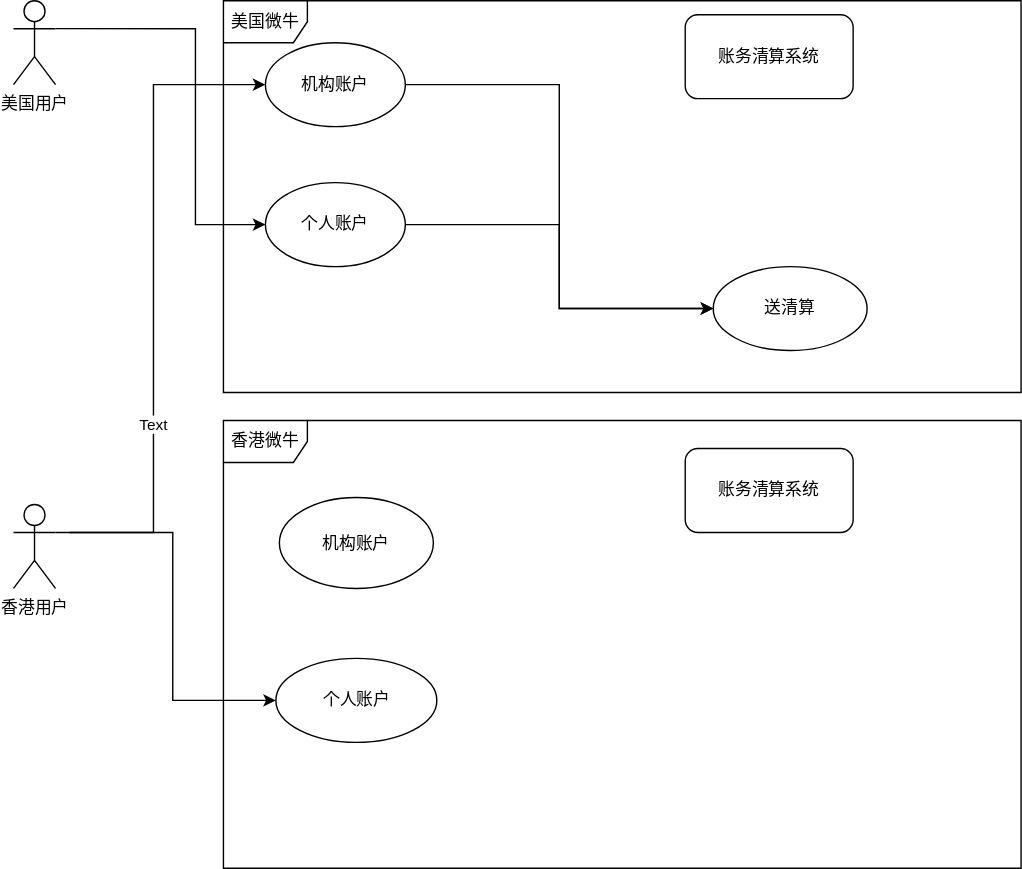
Earlier version of the draw.io export 未命名绘图.svg (dengying/MyLCT). Source tidied: cells renumbered, new cells last; positions are measured from the earlier drawing's top-left corner, leaving out a move shared by most shapes. The source it was exported from:
```xml
<mxGraphModel>
  <root>
    <mxCell id="0" />
    <mxCell id="1" parent="0" />
    <mxCell id="2" value="香港微牛" style="shape=umlFrame;whiteSpace=wrap;html=1;" parent="1" vertex="1">
      <mxGeometry x="150" y="300" width="570" height="320" as="geometry" />
    </mxCell>
    <mxCell id="3" value="美国微牛" style="shape=umlFrame;whiteSpace=wrap;html=1;" parent="1" vertex="1">
      <mxGeometry x="150" width="570" height="280" as="geometry" />
    </mxCell>
    <mxCell id="4" style="edgeStyle=orthogonalEdgeStyle;rounded=0;jettySize=auto;html=1;entryX=0;entryY=0.5;entryDx=0;entryDy=0;exitX=1;exitY=0.333;exitDx=0;exitDy=0;exitPerimeter=0;" parent="1" edge="1" source="5" target="9">
      <mxGeometry relative="1" as="geometry">
        <Array as="points">
          <mxPoint x="130" y="20" />
          <mxPoint x="130" y="160" />
        </Array>
      </mxGeometry>
    </mxCell>
    <mxCell id="5" value="美国用户" style="shape=umlActor;verticalLabelPosition=bottom;verticalAlign=top;html=1;" parent="1" vertex="1">
      <mxGeometry width="30" height="60" as="geometry" />
    </mxCell>
    <mxCell id="6" style="edgeStyle=orthogonalEdgeStyle;rounded=0;jettySize=auto;html=1;entryX=0;entryY=0.5;entryDx=0;entryDy=0;" parent="1" edge="1" source="7" target="18">
      <mxGeometry relative="1" as="geometry" />
    </mxCell>
    <mxCell id="7" value="机构账户" style="ellipse;whiteSpace=wrap;html=1;" parent="1" vertex="1">
      <mxGeometry x="180" y="30" width="100" height="60" as="geometry" />
    </mxCell>
    <mxCell id="8" style="edgeStyle=orthogonalEdgeStyle;rounded=0;jettySize=auto;html=1;entryX=0;entryY=0.5;entryDx=0;entryDy=0;" parent="1" edge="1" source="9" target="18">
      <mxGeometry relative="1" as="geometry" />
    </mxCell>
    <mxCell id="9" value="个人账户" style="ellipse;whiteSpace=wrap;html=1;" parent="1" vertex="1">
      <mxGeometry x="180" y="130" width="100" height="60" as="geometry" />
    </mxCell>
    <mxCell id="10" value="账务清算系统" style="rounded=1;whiteSpace=wrap;html=1;" parent="1" vertex="1">
      <mxGeometry x="480" y="10" width="120" height="60" as="geometry" />
    </mxCell>
    <mxCell id="11" value="账务清算系统" style="rounded=1;whiteSpace=wrap;html=1;" parent="1" vertex="1">
      <mxGeometry x="480" y="320" width="120" height="60" as="geometry" />
    </mxCell>
    <mxCell id="12" value="机构账户" style="ellipse;whiteSpace=wrap;html=1;" parent="1" vertex="1">
      <mxGeometry x="190" y="355" width="110" height="65" as="geometry" />
    </mxCell>
    <mxCell id="13" value="个人账户" style="ellipse;whiteSpace=wrap;html=1;" parent="1" vertex="1">
      <mxGeometry x="187.5" y="470" width="115" height="60" as="geometry" />
    </mxCell>
    <mxCell id="14" style="edgeStyle=orthogonalEdgeStyle;rounded=0;jettySize=auto;html=1;entryX=0;entryY=0.5;entryDx=0;entryDy=0;" parent="1" edge="1" target="13">
      <mxGeometry relative="1" as="geometry">
        <mxPoint x="40" y="380" as="sourcePoint" />
      </mxGeometry>
    </mxCell>
    <mxCell id="15" style="edgeStyle=orthogonalEdgeStyle;rounded=0;jettySize=auto;html=1;exitX=1;exitY=0.3333333333333333;exitDx=0;exitDy=0;exitPerimeter=0;entryX=0;entryY=0.5;entryDx=0;entryDy=0;" parent="1" edge="1" source="17" target="7">
      <mxGeometry relative="1" as="geometry">
        <Array as="points">
          <mxPoint x="100" y="380" />
          <mxPoint x="100" y="60" />
        </Array>
      </mxGeometry>
    </mxCell>
    <mxCell id="16" value="Text" style="edgeLabel;html=1;align=center;verticalAlign=middle;" parent="15" vertex="1">
      <mxGeometry x="-0.37" y="1" relative="1" as="geometry" />
    </mxCell>
    <mxCell id="17" value="香港用户" style="shape=umlActor;verticalLabelPosition=bottom;verticalAlign=top;html=1;" parent="1" vertex="1">
      <mxGeometry y="360" width="30" height="60" as="geometry" />
    </mxCell>
    <mxCell id="18" value="送清算" style="ellipse;whiteSpace=wrap;html=1;" parent="1" vertex="1">
      <mxGeometry x="500" y="190" width="110" height="60" as="geometry" />
    </mxCell>
  </root>
</mxGraphModel>
```
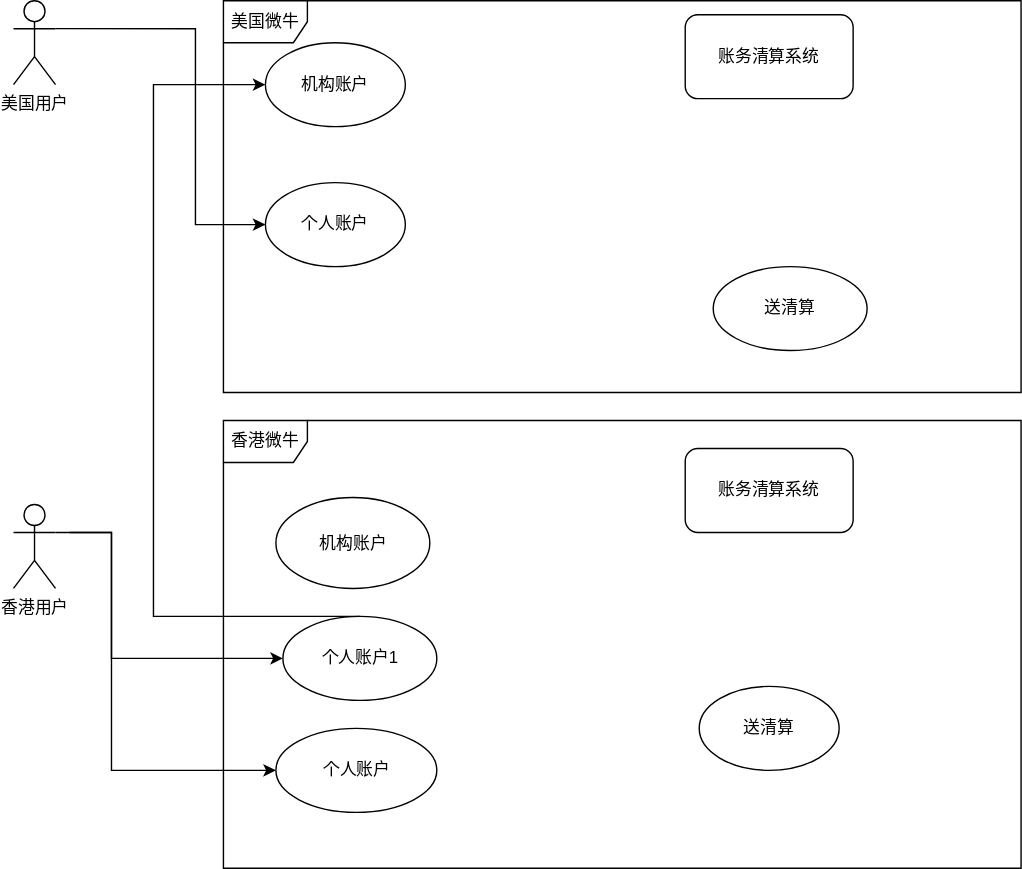
Later version of the same file.

Commit message:
更新未命名绘图.svg

Diff of the diagram source:
```diff
@@ -19,15 +19,9 @@
     <mxCell id="5" value="美国用户" style="shape=umlActor;verticalLabelPosition=bottom;verticalAlign=top;html=1;" parent="1" vertex="1">
       <mxGeometry width="30" height="60" as="geometry" />
     </mxCell>
-    <mxCell id="6" style="edgeStyle=orthogonalEdgeStyle;rounded=0;jettySize=auto;html=1;entryX=0;entryY=0.5;entryDx=0;entryDy=0;" parent="1" edge="1" source="7" target="18">
-      <mxGeometry relative="1" as="geometry" />
-    </mxCell>
     <mxCell id="7" value="机构账户" style="ellipse;whiteSpace=wrap;html=1;" parent="1" vertex="1">
       <mxGeometry x="180" y="30" width="100" height="60" as="geometry" />
     </mxCell>
-    <mxCell id="8" style="edgeStyle=orthogonalEdgeStyle;rounded=0;jettySize=auto;html=1;entryX=0;entryY=0.5;entryDx=0;entryDy=0;" parent="1" edge="1" source="9" target="18">
-      <mxGeometry relative="1" as="geometry" />
-    </mxCell>
     <mxCell id="9" value="个人账户" style="ellipse;whiteSpace=wrap;html=1;" parent="1" vertex="1">
       <mxGeometry x="180" y="130" width="100" height="60" as="geometry" />
     </mxCell>
@@ -38,32 +32,47 @@
       <mxGeometry x="480" y="320" width="120" height="60" as="geometry" />
     </mxCell>
     <mxCell id="12" value="机构账户" style="ellipse;whiteSpace=wrap;html=1;" parent="1" vertex="1">
-      <mxGeometry x="190" y="355" width="110" height="65" as="geometry" />
+      <mxGeometry x="187.5" y="355" width="110" height="65" as="geometry" />
     </mxCell>
     <mxCell id="13" value="个人账户" style="ellipse;whiteSpace=wrap;html=1;" parent="1" vertex="1">
-      <mxGeometry x="187.5" y="470" width="115" height="60" as="geometry" />
+      <mxGeometry x="187.5" y="520" width="115" height="60" as="geometry" />
     </mxCell>
     <mxCell id="14" style="edgeStyle=orthogonalEdgeStyle;rounded=0;jettySize=auto;html=1;entryX=0;entryY=0.5;entryDx=0;entryDy=0;" parent="1" edge="1" target="13">
       <mxGeometry relative="1" as="geometry">
         <mxPoint x="40" y="380" as="sourcePoint" />
+        <Array as="points">
+          <mxPoint x="70" y="380" />
+          <mxPoint x="70" y="550" />
+        </Array>
       </mxGeometry>
     </mxCell>
-    <mxCell id="15" style="edgeStyle=orthogonalEdgeStyle;rounded=0;jettySize=auto;html=1;exitX=1;exitY=0.3333333333333333;exitDx=0;exitDy=0;exitPerimeter=0;entryX=0;entryY=0.5;entryDx=0;entryDy=0;" parent="1" edge="1" source="17" target="7">
-      <mxGeometry relative="1" as="geometry">
-        <Array as="points">
-          <mxPoint x="100" y="380" />
-          <mxPoint x="100" y="60" />
-        </Array>
-      </mxGeometry>
-    </mxCell>
-    <mxCell id="16" value="Text" style="edgeLabel;html=1;align=center;verticalAlign=middle;" parent="15" vertex="1">
-      <mxGeometry x="-0.37" y="1" relative="1" as="geometry" />
-    </mxCell>
+    <mxCell id="19" style="edgeStyle=orthogonalEdgeStyle;rounded=0;jettySize=auto;html=1;entryX=0;entryY=0.5;entryDx=0;entryDy=0;" parent="1" edge="1" source="17" target="21">
+      <mxGeometry relative="1" as="geometry">
+        <Array as="points">
+          <mxPoint x="70" y="380" />
+          <mxPoint x="70" y="470" />
+        </Array>
+      </mxGeometry>
+    </mxCell>
     <mxCell id="17" value="香港用户" style="shape=umlActor;verticalLabelPosition=bottom;verticalAlign=top;html=1;" parent="1" vertex="1">
       <mxGeometry y="360" width="30" height="60" as="geometry" />
     </mxCell>
     <mxCell id="18" value="送清算" style="ellipse;whiteSpace=wrap;html=1;" parent="1" vertex="1">
       <mxGeometry x="500" y="190" width="110" height="60" as="geometry" />
     </mxCell>
+    <mxCell id="20" style="edgeStyle=orthogonalEdgeStyle;rounded=0;jettySize=auto;html=1;exitX=0.5;exitY=0;exitDx=0;exitDy=0;entryX=0;entryY=0.5;entryDx=0;entryDy=0;" parent="1" edge="1" source="21" target="7">
+      <mxGeometry relative="1" as="geometry">
+        <Array as="points">
+          <mxPoint x="100" y="440" />
+          <mxPoint x="100" y="60" />
+        </Array>
+      </mxGeometry>
+    </mxCell>
+    <mxCell id="21" value="个人账户1" style="ellipse;whiteSpace=wrap;html=1;" parent="1" vertex="1">
+      <mxGeometry x="192.5" y="440" width="110" height="60" as="geometry" />
+    </mxCell>
+    <mxCell id="22" value="送清算" style="ellipse;whiteSpace=wrap;html=1;" parent="1" vertex="1">
+      <mxGeometry x="490" y="490" width="100" height="60" as="geometry" />
+    </mxCell>
   </root>
 </mxGraphModel>
```
